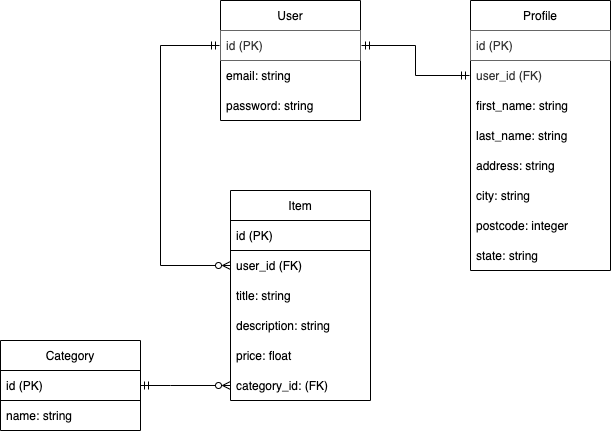
This is docs/ERD.png from DamonJohnson/flint_marketplace, a draw.io export, as it was before one commit. Source tidied: cells renumbered, new cells last; positions are measured from the earlier drawing's top-left corner, leaving out a move shared by most shapes. The source it was exported from:
```xml
<mxGraphModel>
  <root>
    <mxCell id="0" />
    <mxCell id="1" parent="0" />
    <mxCell id="2" style="edgeStyle=orthogonalEdgeStyle;rounded=0;jettySize=auto;html=1;endArrow=ERzeroToMany;endFill=0;startArrow=ERmandOne;startFill=0;entryX=0;entryY=0.5;entryDx=0;entryDy=0;exitX=0;exitY=0.5;exitDx=0;exitDy=0;" parent="1" edge="1" source="4" target="10">
      <mxGeometry relative="1" as="geometry">
        <Array as="points">
          <mxPoint x="160" y="45" />
          <mxPoint x="160" y="265" />
        </Array>
      </mxGeometry>
    </mxCell>
    <mxCell id="3" value="User" style="swimlane;fontStyle=0;horizontal=1;startSize=30;" parent="1" vertex="1">
      <mxGeometry x="220" width="140" height="120" as="geometry" />
    </mxCell>
    <mxCell id="4" value="id (PK)" style="text;align=left;verticalAlign=middle;spacingLeft=4;spacingRight=4;overflow=hidden;points=[[0,0.5],[1,0.5]];portConstraint=eastwest;perimeterSpacing=1;fillColor=none;fontColor=#333333;strokeColor=#666666;" parent="3" vertex="1">
      <mxGeometry y="30" width="140" height="30" as="geometry" />
    </mxCell>
    <mxCell id="5" value="email: string" style="text;strokeColor=none;fillColor=none;align=left;verticalAlign=middle;spacingLeft=4;spacingRight=4;overflow=hidden;" parent="3" vertex="1">
      <mxGeometry y="60" width="140" height="30" as="geometry" />
    </mxCell>
    <mxCell id="6" value="password: string" style="text;strokeColor=none;fillColor=none;align=left;verticalAlign=middle;spacingLeft=4;spacingRight=4;overflow=hidden;" parent="3" vertex="1">
      <mxGeometry y="90" width="140" height="30" as="geometry" />
    </mxCell>
    <mxCell id="7" style="edgeStyle=orthogonalEdgeStyle;rounded=0;jettySize=auto;html=1;endArrow=ERmandOne;endFill=0;startArrow=ERzeroToMany;startFill=0;exitX=0;exitY=0.5;exitDx=0;exitDy=0;entryX=1;entryY=0.5;entryDx=0;entryDy=0;" parent="1" edge="1" source="14" target="15">
      <mxGeometry relative="1" as="geometry">
        <Array as="points">
          <mxPoint x="170" y="385" />
          <mxPoint x="170" y="385" />
        </Array>
      </mxGeometry>
    </mxCell>
    <mxCell id="8" value="Item" style="swimlane;fontStyle=0;horizontal=1;startSize=30;" parent="1" vertex="1">
      <mxGeometry x="230" y="190" width="140" height="210" as="geometry" />
    </mxCell>
    <mxCell id="9" value="id (PK)" style="text;strokeColor=default;fillColor=none;align=left;verticalAlign=middle;spacingLeft=4;spacingRight=4;overflow=hidden;" parent="8" vertex="1">
      <mxGeometry y="30" width="140" height="30" as="geometry" />
    </mxCell>
    <mxCell id="10" value="user_id (FK)" style="text;strokeColor=none;fillColor=none;align=left;verticalAlign=middle;spacingLeft=4;spacingRight=4;overflow=hidden;points=[[0,0.5],[1,0.5]];portConstraint=eastwest;" parent="8" vertex="1">
      <mxGeometry y="60" width="140" height="30" as="geometry" />
    </mxCell>
    <mxCell id="11" value="title: string" style="text;strokeColor=none;fillColor=none;align=left;verticalAlign=middle;spacingLeft=4;spacingRight=4;overflow=hidden;" parent="8" vertex="1">
      <mxGeometry y="90" width="140" height="30" as="geometry" />
    </mxCell>
    <mxCell id="12" value="description: string" style="text;strokeColor=none;fillColor=none;align=left;verticalAlign=middle;spacingLeft=4;spacingRight=4;overflow=hidden;" parent="8" vertex="1">
      <mxGeometry y="120" width="140" height="30" as="geometry" />
    </mxCell>
    <mxCell id="13" value="price: float" style="text;strokeColor=none;fillColor=none;align=left;verticalAlign=middle;spacingLeft=4;spacingRight=4;overflow=hidden;" parent="8" vertex="1">
      <mxGeometry y="150" width="140" height="30" as="geometry" />
    </mxCell>
    <mxCell id="14" value="category_id: (FK)" style="text;strokeColor=none;fillColor=none;align=left;verticalAlign=middle;spacingLeft=4;spacingRight=4;overflow=hidden;points=[[0,0.5],[1,0.5]];portConstraint=eastwest;" parent="8" vertex="1">
      <mxGeometry y="180" width="140" height="30" as="geometry" />
    </mxCell>
    <mxCell id="15" value="Category" style="swimlane;fontStyle=0;horizontal=1;startSize=30;" parent="1" vertex="1">
      <mxGeometry y="340" width="140" height="90" as="geometry" />
    </mxCell>
    <mxCell id="16" value="id (PK)" style="text;align=left;verticalAlign=middle;spacingLeft=4;spacingRight=4;overflow=hidden;strokeColor=default;fillColor=default;" parent="15" vertex="1">
      <mxGeometry y="30" width="140" height="30" as="geometry" />
    </mxCell>
    <mxCell id="17" value="name: string" style="text;strokeColor=none;fillColor=none;align=left;verticalAlign=middle;spacingLeft=4;spacingRight=4;overflow=hidden;" parent="15" vertex="1">
      <mxGeometry y="60" width="140" height="30" as="geometry" />
    </mxCell>
    <mxCell id="18" value="Profile" style="swimlane;fontStyle=0;horizontal=1;startSize=30;" parent="1" vertex="1">
      <mxGeometry x="470" width="140" height="270" as="geometry" />
    </mxCell>
    <mxCell id="19" value="id (PK)" style="text;align=left;verticalAlign=middle;spacingLeft=4;spacingRight=4;overflow=hidden;perimeterSpacing=1;fillColor=none;fontColor=#333333;strokeColor=#666666;" parent="18" vertex="1">
      <mxGeometry y="30" width="140" height="30" as="geometry" />
    </mxCell>
    <mxCell id="20" value="user_id (FK)" style="text;align=left;verticalAlign=middle;spacingLeft=4;spacingRight=4;overflow=hidden;points=[[0,0.5],[1,0.5]];portConstraint=eastwest;perimeterSpacing=1;fillColor=none;fontColor=#333333;strokeColor=none;" parent="18" vertex="1">
      <mxGeometry y="60" width="140" height="30" as="geometry" />
    </mxCell>
    <mxCell id="21" value="first_name: string" style="text;strokeColor=none;fillColor=none;align=left;verticalAlign=middle;spacingLeft=4;spacingRight=4;overflow=hidden;" parent="18" vertex="1">
      <mxGeometry y="90" width="140" height="30" as="geometry" />
    </mxCell>
    <mxCell id="22" value="last_name: string" style="text;strokeColor=none;fillColor=none;align=left;verticalAlign=middle;spacingLeft=4;spacingRight=4;overflow=hidden;" parent="18" vertex="1">
      <mxGeometry y="120" width="140" height="30" as="geometry" />
    </mxCell>
    <mxCell id="23" value="address: string" style="text;strokeColor=none;fillColor=none;align=left;verticalAlign=middle;spacingLeft=4;spacingRight=4;overflow=hidden;" parent="18" vertex="1">
      <mxGeometry y="150" width="140" height="30" as="geometry" />
    </mxCell>
    <mxCell id="24" value="city: string" style="text;strokeColor=none;fillColor=none;align=left;verticalAlign=middle;spacingLeft=4;spacingRight=4;overflow=hidden;" parent="18" vertex="1">
      <mxGeometry y="180" width="140" height="30" as="geometry" />
    </mxCell>
    <mxCell id="25" value="postcode: integer" style="text;strokeColor=none;fillColor=none;align=left;verticalAlign=middle;spacingLeft=4;spacingRight=4;overflow=hidden;" parent="18" vertex="1">
      <mxGeometry y="210" width="140" height="30" as="geometry" />
    </mxCell>
    <mxCell id="26" value="state: string" style="text;strokeColor=none;fillColor=none;align=left;verticalAlign=middle;spacingLeft=4;spacingRight=4;overflow=hidden;" parent="18" vertex="1">
      <mxGeometry y="240" width="140" height="30" as="geometry" />
    </mxCell>
    <mxCell id="27" style="edgeStyle=orthogonalEdgeStyle;rounded=0;jettySize=auto;html=1;entryX=0;entryY=0.5;entryDx=0;entryDy=0;startArrow=ERmandOne;startFill=0;endArrow=ERmandOne;endFill=0;" parent="1" edge="1" source="4" target="20">
      <mxGeometry relative="1" as="geometry" />
    </mxCell>
  </root>
</mxGraphModel>
```
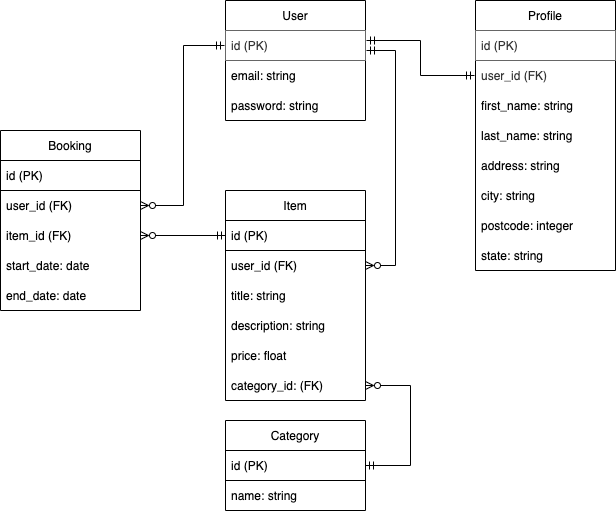
After the commit.

The edit, as a diff of the source:
```diff
@@ -2,43 +2,35 @@
   <root>
     <mxCell id="0" />
     <mxCell id="1" parent="0" />
-    <mxCell id="2" style="edgeStyle=orthogonalEdgeStyle;rounded=0;jettySize=auto;html=1;endArrow=ERzeroToMany;endFill=0;startArrow=ERmandOne;startFill=0;entryX=0;entryY=0.5;entryDx=0;entryDy=0;exitX=0;exitY=0.5;exitDx=0;exitDy=0;" parent="1" edge="1" source="4" target="10">
-      <mxGeometry relative="1" as="geometry">
-        <Array as="points">
-          <mxPoint x="160" y="45" />
-          <mxPoint x="160" y="265" />
-        </Array>
-      </mxGeometry>
-    </mxCell>
     <mxCell id="3" value="User" style="swimlane;fontStyle=0;horizontal=1;startSize=30;" parent="1" vertex="1">
-      <mxGeometry x="220" width="140" height="120" as="geometry" />
+      <mxGeometry x="385" width="140" height="120" as="geometry" />
     </mxCell>
-    <mxCell id="4" value="id (PK)" style="text;align=left;verticalAlign=middle;spacingLeft=4;spacingRight=4;overflow=hidden;points=[[0,0.5],[1,0.5]];portConstraint=eastwest;perimeterSpacing=1;fillColor=none;fontColor=#333333;strokeColor=#666666;" parent="3" vertex="1">
-      <mxGeometry y="30" width="140" height="30" as="geometry" />
-    </mxCell>
+    <mxCell id="28" value="id (PK)" style="text;align=left;verticalAlign=middle;spacingLeft=4;spacingRight=4;overflow=hidden;points=[[0,0.5],[1,0.5]];portConstraint=eastwest;perimeterSpacing=1;fillColor=none;fontColor=#333333;strokeColor=#666666;" parent="3" vertex="1">
+      <mxGeometry y="30" width="140" height="30" as="geometry" />
+    </mxCell>
     <mxCell id="5" value="email: string" style="text;strokeColor=none;fillColor=none;align=left;verticalAlign=middle;spacingLeft=4;spacingRight=4;overflow=hidden;" parent="3" vertex="1">
       <mxGeometry y="60" width="140" height="30" as="geometry" />
     </mxCell>
     <mxCell id="6" value="password: string" style="text;strokeColor=none;fillColor=none;align=left;verticalAlign=middle;spacingLeft=4;spacingRight=4;overflow=hidden;" parent="3" vertex="1">
       <mxGeometry y="90" width="140" height="30" as="geometry" />
     </mxCell>
-    <mxCell id="7" style="edgeStyle=orthogonalEdgeStyle;rounded=0;jettySize=auto;html=1;endArrow=ERmandOne;endFill=0;startArrow=ERzeroToMany;startFill=0;exitX=0;exitY=0.5;exitDx=0;exitDy=0;entryX=1;entryY=0.5;entryDx=0;entryDy=0;" parent="1" edge="1" source="14" target="15">
+    <mxCell id="7" style="edgeStyle=orthogonalEdgeStyle;rounded=0;jettySize=auto;html=1;endArrow=ERmandOne;endFill=0;startArrow=ERzeroToMany;startFill=0;exitX=1;exitY=0.5;exitDx=0;exitDy=0;entryX=1;entryY=0.5;entryDx=0;entryDy=0;" parent="1" edge="1" source="14" target="15">
       <mxGeometry relative="1" as="geometry">
         <Array as="points">
-          <mxPoint x="170" y="385" />
-          <mxPoint x="170" y="385" />
+          <mxPoint x="570" y="385" />
+          <mxPoint x="570" y="465" />
         </Array>
       </mxGeometry>
     </mxCell>
     <mxCell id="8" value="Item" style="swimlane;fontStyle=0;horizontal=1;startSize=30;" parent="1" vertex="1">
-      <mxGeometry x="230" y="190" width="140" height="210" as="geometry" />
+      <mxGeometry x="385" y="190" width="140" height="210" as="geometry" />
     </mxCell>
-    <mxCell id="9" value="id (PK)" style="text;strokeColor=default;fillColor=none;align=left;verticalAlign=middle;spacingLeft=4;spacingRight=4;overflow=hidden;" parent="8" vertex="1">
-      <mxGeometry y="30" width="140" height="30" as="geometry" />
-    </mxCell>
-    <mxCell id="10" value="user_id (FK)" style="text;strokeColor=none;fillColor=none;align=left;verticalAlign=middle;spacingLeft=4;spacingRight=4;overflow=hidden;points=[[0,0.5],[1,0.5]];portConstraint=eastwest;" parent="8" vertex="1">
-      <mxGeometry y="60" width="140" height="30" as="geometry" />
-    </mxCell>
+    <mxCell id="29" value="id (PK)" style="text;strokeColor=default;fillColor=none;align=left;verticalAlign=middle;spacingLeft=4;spacingRight=4;overflow=hidden;points=[[0,0.5],[1,0.5]];portConstraint=eastwest;" parent="8" vertex="1">
+      <mxGeometry y="30" width="140" height="30" as="geometry" />
+    </mxCell>
+    <mxCell id="30" value="user_id (FK)" style="text;strokeColor=none;fillColor=none;align=left;verticalAlign=middle;spacingLeft=4;spacingRight=4;overflow=hidden;points=[[0,0.5],[1,0.5]];portConstraint=eastwest;" parent="8" vertex="1">
+      <mxGeometry y="60" width="140" height="30" as="geometry" />
+    </mxCell>
     <mxCell id="11" value="title: string" style="text;strokeColor=none;fillColor=none;align=left;verticalAlign=middle;spacingLeft=4;spacingRight=4;overflow=hidden;" parent="8" vertex="1">
       <mxGeometry y="90" width="140" height="30" as="geometry" />
     </mxCell>
@@ -52,7 +44,7 @@
       <mxGeometry y="180" width="140" height="30" as="geometry" />
     </mxCell>
     <mxCell id="15" value="Category" style="swimlane;fontStyle=0;horizontal=1;startSize=30;" parent="1" vertex="1">
-      <mxGeometry y="340" width="140" height="90" as="geometry" />
+      <mxGeometry x="385" y="420" width="140" height="90" as="geometry" />
     </mxCell>
     <mxCell id="16" value="id (PK)" style="text;align=left;verticalAlign=middle;spacingLeft=4;spacingRight=4;overflow=hidden;strokeColor=default;fillColor=default;" parent="15" vertex="1">
       <mxGeometry y="30" width="140" height="30" as="geometry" />
@@ -61,11 +53,11 @@
       <mxGeometry y="60" width="140" height="30" as="geometry" />
     </mxCell>
     <mxCell id="18" value="Profile" style="swimlane;fontStyle=0;horizontal=1;startSize=30;" parent="1" vertex="1">
-      <mxGeometry x="470" width="140" height="270" as="geometry" />
+      <mxGeometry x="635" width="140" height="270" as="geometry" />
     </mxCell>
-    <mxCell id="19" value="id (PK)" style="text;align=left;verticalAlign=middle;spacingLeft=4;spacingRight=4;overflow=hidden;perimeterSpacing=1;fillColor=none;fontColor=#333333;strokeColor=#666666;" parent="18" vertex="1">
-      <mxGeometry y="30" width="140" height="30" as="geometry" />
-    </mxCell>
+    <mxCell id="31" value="id (PK)" style="text;align=left;verticalAlign=middle;spacingLeft=4;spacingRight=4;overflow=hidden;perimeterSpacing=1;fillColor=none;fontColor=#333333;strokeColor=#666666;" parent="18" vertex="1">
+      <mxGeometry y="30" width="140" height="30" as="geometry" />
+    </mxCell>
     <mxCell id="20" value="user_id (FK)" style="text;align=left;verticalAlign=middle;spacingLeft=4;spacingRight=4;overflow=hidden;points=[[0,0.5],[1,0.5]];portConstraint=eastwest;perimeterSpacing=1;fillColor=none;fontColor=#333333;strokeColor=none;" parent="18" vertex="1">
       <mxGeometry y="60" width="140" height="30" as="geometry" />
     </mxCell>
@@ -87,8 +79,50 @@
     <mxCell id="26" value="state: string" style="text;strokeColor=none;fillColor=none;align=left;verticalAlign=middle;spacingLeft=4;spacingRight=4;overflow=hidden;" parent="18" vertex="1">
       <mxGeometry y="240" width="140" height="30" as="geometry" />
     </mxCell>
-    <mxCell id="27" style="edgeStyle=orthogonalEdgeStyle;rounded=0;jettySize=auto;html=1;entryX=0;entryY=0.5;entryDx=0;entryDy=0;startArrow=ERmandOne;startFill=0;endArrow=ERmandOne;endFill=0;" parent="1" edge="1" source="4" target="20">
-      <mxGeometry relative="1" as="geometry" />
-    </mxCell>
+    <mxCell id="32" style="edgeStyle=orthogonalEdgeStyle;rounded=0;jettySize=auto;html=1;entryX=0;entryY=0.5;entryDx=0;entryDy=0;startArrow=ERmandOne;startFill=0;endArrow=ERmandOne;endFill=0;" parent="1" edge="1" source="28" target="20">
+      <mxGeometry relative="1" as="geometry">
+        <Array as="points">
+          <mxPoint x="580" y="40" />
+          <mxPoint x="580" y="75" />
+        </Array>
+      </mxGeometry>
+    </mxCell>
+    <mxCell id="33" value="Booking" style="swimlane;fontStyle=0;horizontal=1;startSize=30;" parent="1" vertex="1">
+      <mxGeometry x="160" y="130" width="140" height="180" as="geometry" />
+    </mxCell>
+    <mxCell id="34" value="id (PK)" style="text;strokeColor=default;fillColor=none;align=left;verticalAlign=middle;spacingLeft=4;spacingRight=4;overflow=hidden;" parent="33" vertex="1">
+      <mxGeometry y="30" width="140" height="30" as="geometry" />
+    </mxCell>
+    <mxCell id="35" value="user_id (FK)" style="text;strokeColor=none;fillColor=none;align=left;verticalAlign=middle;spacingLeft=4;spacingRight=4;overflow=hidden;points=[[0,0.5],[1,0.5]];portConstraint=eastwest;" parent="33" vertex="1">
+      <mxGeometry y="60" width="140" height="30" as="geometry" />
+    </mxCell>
+    <mxCell id="36" value="item_id (FK)" style="text;strokeColor=none;fillColor=none;align=left;verticalAlign=middle;spacingLeft=4;spacingRight=4;overflow=hidden;points=[[0,0.5],[1,0.5]];portConstraint=eastwest;" parent="33" vertex="1">
+      <mxGeometry y="90" width="140" height="30" as="geometry" />
+    </mxCell>
+    <mxCell id="37" value="start_date: date" style="text;strokeColor=none;fillColor=none;align=left;verticalAlign=middle;spacingLeft=4;spacingRight=4;overflow=hidden;" parent="33" vertex="1">
+      <mxGeometry y="120" width="140" height="30" as="geometry" />
+    </mxCell>
+    <mxCell id="38" value="end_date: date" style="text;strokeColor=none;fillColor=none;align=left;verticalAlign=middle;spacingLeft=4;spacingRight=4;overflow=hidden;" parent="33" vertex="1">
+      <mxGeometry y="150" width="140" height="30" as="geometry" />
+    </mxCell>
+    <mxCell id="39" style="edgeStyle=orthogonalEdgeStyle;rounded=0;jettySize=auto;html=1;entryX=1;entryY=0.5;entryDx=0;entryDy=0;endArrow=ERzeroToMany;endFill=0;startArrow=ERmandOne;startFill=0;" parent="1" edge="1" source="28" target="30">
+      <mxGeometry relative="1" as="geometry">
+        <Array as="points">
+          <mxPoint x="555" y="50" />
+          <mxPoint x="555" y="265" />
+        </Array>
+      </mxGeometry>
+    </mxCell>
+    <mxCell id="40" style="edgeStyle=orthogonalEdgeStyle;rounded=0;jettySize=auto;html=1;entryX=1;entryY=0.5;entryDx=0;entryDy=0;startArrow=ERmandOne;startFill=0;endArrow=ERzeroToMany;endFill=0;" parent="1" edge="1" source="29" target="36">
+      <mxGeometry relative="1" as="geometry" />
+    </mxCell>
+    <mxCell id="41" style="edgeStyle=orthogonalEdgeStyle;rounded=0;jettySize=auto;html=1;entryX=1;entryY=0.5;entryDx=0;entryDy=0;startArrow=ERmandOne;startFill=0;endArrow=ERzeroToMany;endFill=0;" parent="1" edge="1" source="28" target="35">
+      <mxGeometry relative="1" as="geometry">
+        <Array as="points">
+          <mxPoint x="343" y="45" />
+          <mxPoint x="343" y="205" />
+        </Array>
+      </mxGeometry>
+    </mxCell>
   </root>
 </mxGraphModel>
```
